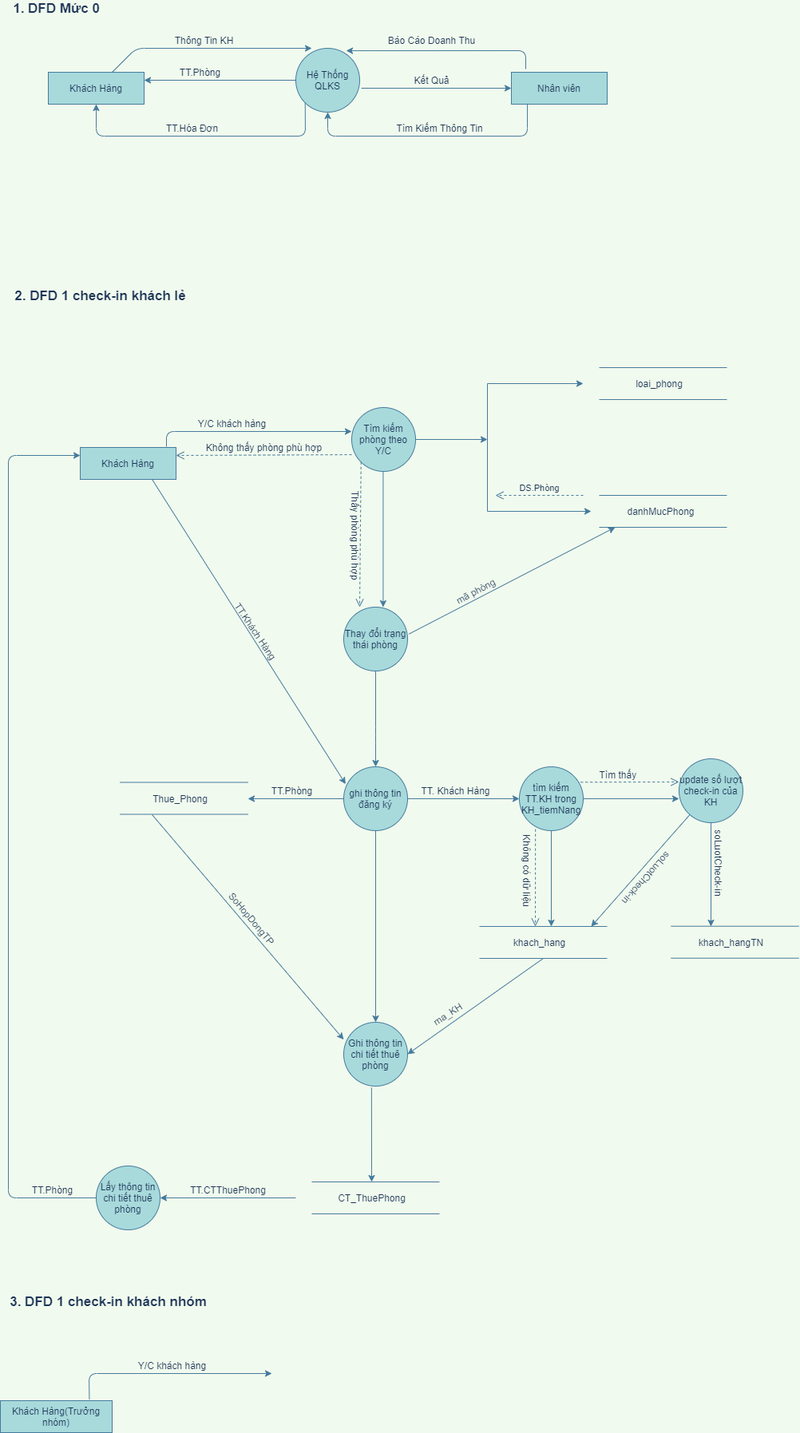
Earlier version of the draw.io export DFD-hotel.png (maialino123/QLKS). Source tidied: cells renumbered, new cells last; positions are measured from the earlier drawing's top-left corner, leaving out a move shared by most shapes.
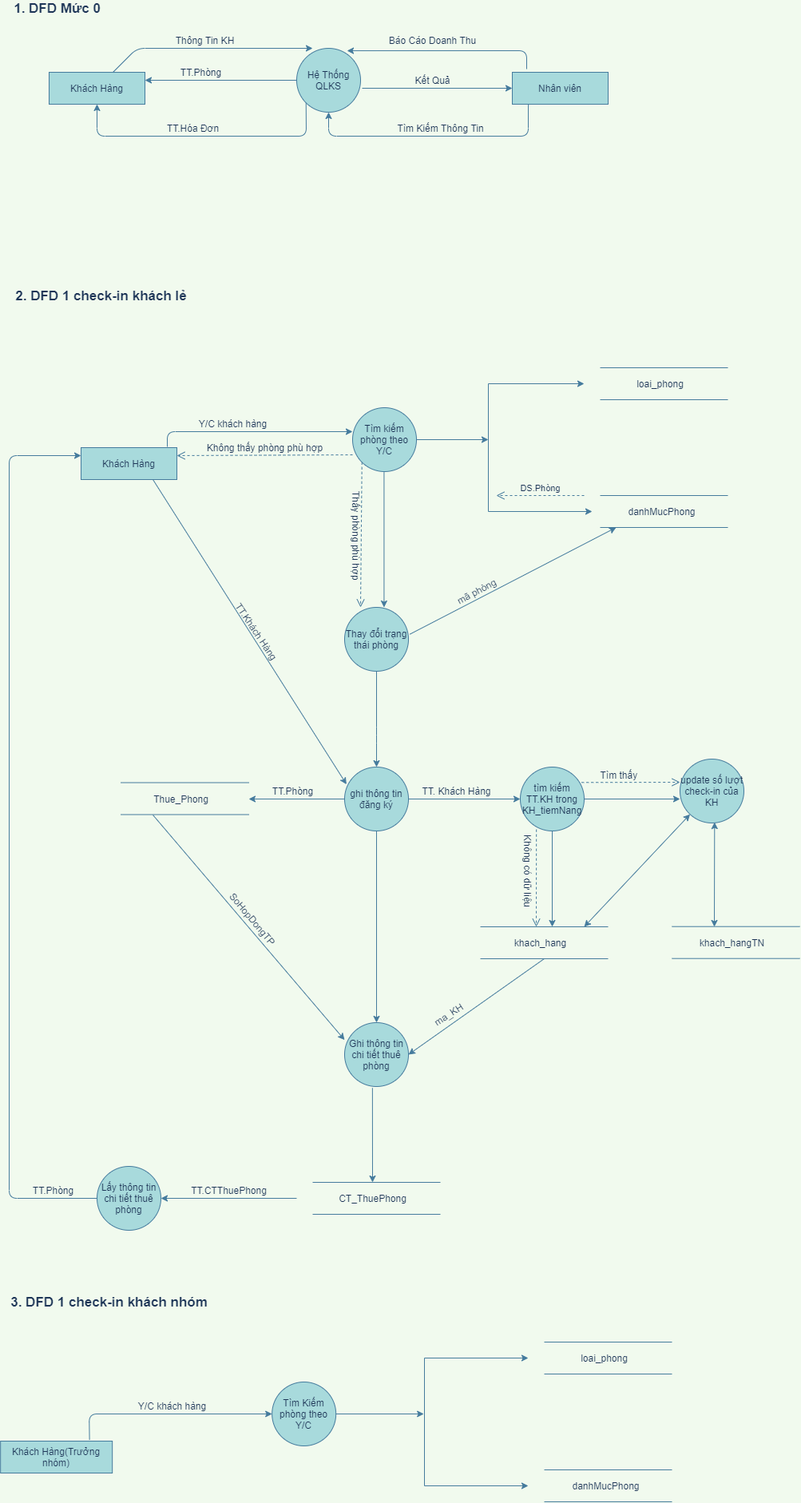
The same diagram one commit later.

Change to the diagram source:
```diff
@@ -254,11 +254,6 @@
     <mxCell id="58" value="update số lượt check-in của KH" style="ellipse;whiteSpace=wrap;html=1;fillColor=#A8DADC;strokeColor=#457B9D;fontColor=#1D3557;" parent="1" vertex="1">
       <mxGeometry x="850" y="950" width="80" height="80" as="geometry" />
     </mxCell>
-    <mxCell id="59" style="endArrow=classic;html=1;exitX=0.5;exitY=1;exitDx=0;exitDy=0;labelBackgroundColor=#F1FAEE;strokeColor=#457B9D;fontColor=#1D3557;" parent="1" edge="1" source="58">
-      <mxGeometry relative="1" as="geometry">
-        <mxPoint x="890" y="1160" as="targetPoint" />
-      </mxGeometry>
-    </mxCell>
     <mxCell id="60" style="endArrow=none;html=1;labelBackgroundColor=#F1FAEE;strokeColor=#457B9D;fontColor=#1D3557;" parent="1" edge="1">
       <mxGeometry relative="1" as="geometry">
         <mxPoint x="840" y="1159.7" as="sourcePoint" />
@@ -274,17 +269,6 @@
     <mxCell id="62" value="khach_hangTN" style="text;html=1;align=center;verticalAlign=middle;fontColor=#1D3557;" parent="1" vertex="1">
       <mxGeometry x="865" y="1169.7" width="100" height="20" as="geometry" />
     </mxCell>
-    <mxCell id="63" value="soLuotCheck-in" style="text;html=1;align=center;verticalAlign=middle;rotation=90;fontColor=#1D3557;" parent="1" vertex="1">
-      <mxGeometry x="850" y="1070" width="100" height="20" as="geometry" />
-    </mxCell>
-    <mxCell id="64" value="soLuotCheck-in" style="text;html=1;align=center;verticalAlign=middle;rotation=132;fontColor=#1D3557;" parent="1" vertex="1">
-      <mxGeometry x="760" y="1090" width="100" height="20" as="geometry" />
-    </mxCell>
-    <mxCell id="65" style="endArrow=classic;html=1;labelBackgroundColor=#F1FAEE;strokeColor=#457B9D;fontColor=#1D3557;" parent="1" edge="1" source="58">
-      <mxGeometry relative="1" as="geometry">
-        <mxPoint x="740" y="1160" as="targetPoint" />
-      </mxGeometry>
-    </mxCell>
     <mxCell id="66" style="endArrow=classic;html=1;labelBackgroundColor=#F1FAEE;strokeColor=#457B9D;fontColor=#1D3557;" parent="1" edge="1" source="43">
       <mxGeometry relative="1" as="geometry">
         <mxPoint x="310" y="1000" as="targetPoint" />
@@ -377,18 +361,85 @@
       <mxGeometry x="5" y="1620" width="260" height="20" as="geometry" />
     </mxCell>
     <mxCell id="87" value="Khách Hàng(Trưởng nhóm)" style="rounded=0;whiteSpace=wrap;html=1;sketch=0;strokeColor=#457B9D;fillColor=#A8DADC;fontColor=#1D3557;" parent="1" vertex="1">
-      <mxGeometry y="1754" width="140" height="40" as="geometry" />
+      <mxGeometry x="-0.8" y="1804" width="140" height="40" as="geometry" />
     </mxCell>
     <mxCell id="88" style="endArrow=classic;html=1;strokeColor=#457B9D;fillColor=#A8DADC;fontColor=#1D3557;exitX=0.796;exitY=-0.037;exitDx=0;exitDy=0;exitPerimeter=0;" parent="1" edge="1" source="87">
       <mxGeometry relative="1" as="geometry">
-        <mxPoint x="340" y="1720" as="targetPoint" />
+        <mxPoint x="339.2" y="1770" as="targetPoint" />
         <Array as="points">
-          <mxPoint x="111" y="1720" />
+          <mxPoint x="110.2" y="1770" />
         </Array>
       </mxGeometry>
     </mxCell>
     <mxCell id="89" value="Y/C khách hàng" style="text;html=1;align=center;verticalAlign=middle;fontColor=#1D3557;" parent="1" vertex="1">
-      <mxGeometry x="165" y="1700" width="100" height="20" as="geometry" />
+      <mxGeometry x="164.2" y="1750" width="100" height="20" as="geometry" />
     </mxCell>
+    <mxCell id="90" value="Tìm Kiếm phòng theo Y/C" style="ellipse;whiteSpace=wrap;html=1;fillColor=#A8DADC;strokeColor=#457B9D;fontColor=#1D3557;" parent="1" vertex="1">
+      <mxGeometry x="339.2" y="1730" width="80" height="80" as="geometry" />
+    </mxCell>
+    <mxCell id="91" style="endArrow=classic;html=1;strokeColor=#457B9D;fillColor=#A8DADC;fontColor=#1D3557;exitX=1;exitY=0.5;exitDx=0;exitDy=0;" parent="1" edge="1" source="90">
+      <mxGeometry relative="1" as="geometry">
+        <mxPoint x="529.2" y="1770" as="targetPoint" />
+      </mxGeometry>
+    </mxCell>
+    <mxCell id="92" style="endArrow=none;html=1;strokeColor=#457B9D;fillColor=#A8DADC;fontColor=#1D3557;" parent="1" edge="1">
+      <mxGeometry relative="1" as="geometry">
+        <mxPoint x="530" y="1700" as="sourcePoint" />
+        <mxPoint x="530" y="1860" as="targetPoint" />
+      </mxGeometry>
+    </mxCell>
+    <mxCell id="93" style="endArrow=classic;html=1;strokeColor=#457B9D;fillColor=#A8DADC;fontColor=#1D3557;" parent="1" edge="1">
+      <mxGeometry relative="1" as="geometry">
+        <mxPoint x="530" y="1700" as="sourcePoint" />
+        <mxPoint x="660" y="1700" as="targetPoint" />
+      </mxGeometry>
+    </mxCell>
+    <mxCell id="94" style="endArrow=classic;html=1;strokeColor=#457B9D;fillColor=#A8DADC;fontColor=#1D3557;" parent="1" edge="1">
+      <mxGeometry relative="1" as="geometry">
+        <mxPoint x="530" y="1860" as="sourcePoint" />
+        <mxPoint x="660" y="1860" as="targetPoint" />
+      </mxGeometry>
+    </mxCell>
+    <mxCell id="95" style="endArrow=none;html=1;labelBackgroundColor=#F1FAEE;strokeColor=#457B9D;fontColor=#1D3557;" parent="1" edge="1">
+      <mxGeometry relative="1" as="geometry">
+        <mxPoint x="680" y="1840" as="sourcePoint" />
+        <mxPoint x="840" y="1840" as="targetPoint" />
+      </mxGeometry>
+    </mxCell>
+    <mxCell id="96" style="endArrow=none;html=1;labelBackgroundColor=#F1FAEE;strokeColor=#457B9D;fontColor=#1D3557;" parent="1" edge="1">
+      <mxGeometry relative="1" as="geometry">
+        <mxPoint x="680" y="1880" as="sourcePoint" />
+        <mxPoint x="840" y="1880" as="targetPoint" />
+      </mxGeometry>
+    </mxCell>
+    <mxCell id="97" style="endArrow=none;html=1;labelBackgroundColor=#F1FAEE;strokeColor=#457B9D;fontColor=#1D3557;" parent="1" edge="1">
+      <mxGeometry relative="1" as="geometry">
+        <mxPoint x="680" y="1680" as="sourcePoint" />
+        <mxPoint x="840" y="1680" as="targetPoint" />
+      </mxGeometry>
+    </mxCell>
+    <mxCell id="98" style="endArrow=none;html=1;labelBackgroundColor=#F1FAEE;strokeColor=#457B9D;fontColor=#1D3557;" parent="1" edge="1">
+      <mxGeometry relative="1" as="geometry">
+        <mxPoint x="680" y="1720" as="sourcePoint" />
+        <mxPoint x="840" y="1720" as="targetPoint" />
+      </mxGeometry>
+    </mxCell>
+    <mxCell id="99" value="loai_phong" style="text;html=1;align=center;verticalAlign=middle;fontColor=#1D3557;" parent="1" vertex="1">
+      <mxGeometry x="720" y="1690" width="70" height="20" as="geometry" />
+    </mxCell>
+    <mxCell id="100" value="danhMucPhong" style="text;html=1;align=center;verticalAlign=middle;fontColor=#1D3557;" parent="1" vertex="1">
+      <mxGeometry x="707" y="1850" width="100" height="20" as="geometry" />
+    </mxCell>
+    <mxCell id="101" style="endArrow=classic;startArrow=classic;html=1;strokeColor=#457B9D;fillColor=#A8DADC;fontColor=#1D3557;" parent="1" edge="1" target="58">
+      <mxGeometry relative="1" as="geometry">
+        <mxPoint x="730" y="1160" as="sourcePoint" />
+      </mxGeometry>
+    </mxCell>
+    <mxCell id="102" style="endArrow=classic;startArrow=classic;html=1;strokeColor=#457B9D;fillColor=#A8DADC;fontColor=#1D3557;" parent="1" edge="1">
+      <mxGeometry relative="1" as="geometry">
+        <mxPoint x="893" y="1160" as="sourcePoint" />
+        <mxPoint x="893.3" y="1029.1" as="targetPoint" />
+      </mxGeometry>
+    </mxCell>
   </root>
 </mxGraphModel>
```
